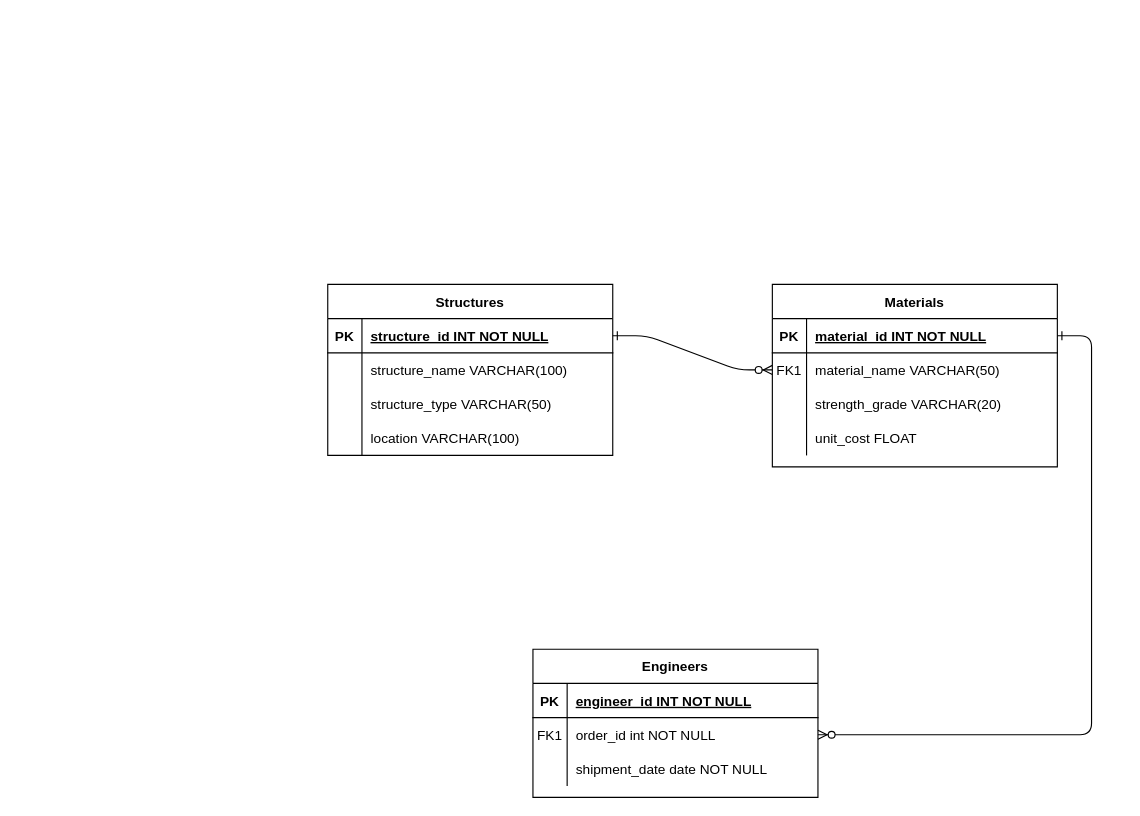
This is ERD.drawio from lwangmy-12/ERD, a draw.io file, before an edit. Source tidied: cells renumbered, new cells numbered last; positions are measured from the earlier drawing's top-left corner, leaving out a move shared by most shapes. Both pictures are drawn from the tidied source at 114%, with x=0, y=0 at pixel (327, 284).
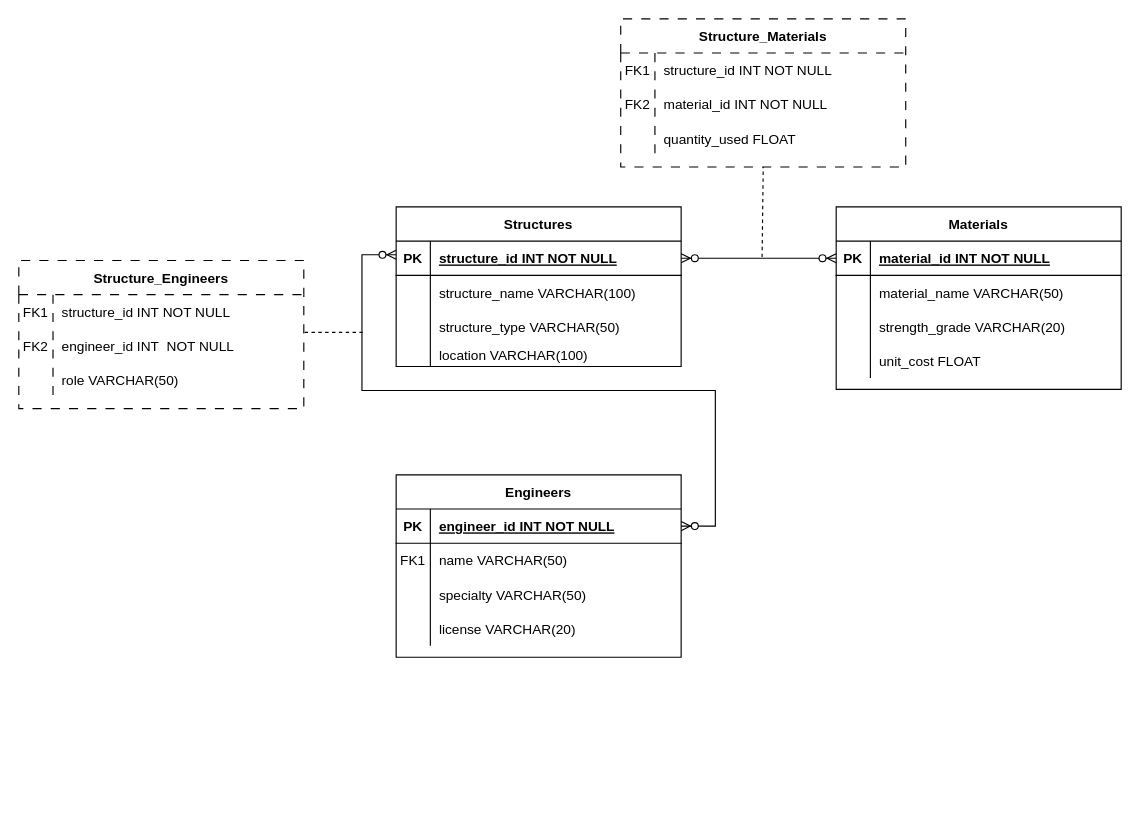
Above is the later version.

Unchanged cells that the change refers to:
```xml
<mxCell id="5" style="shape=partialRectangle;fillColor=none;points=[[0,0.5],[1,0.5]];portConstraint=eastwest;top=0;left=0;right=0;bottom=1;" parent="4" vertex="1">
  <mxGeometry y="30" width="250" height="30" as="geometry" />
</mxCell>
<mxCell id="8" style="shape=partialRectangle;fillColor=none;points=[[0,0.5],[1,0.5]];portConstraint=eastwest;top=0;left=0;right=0;bottom=0;" parent="4" vertex="1">
  <mxGeometry y="60" width="250" height="30" as="geometry" />
</mxCell>
<mxCell id="18" style="shape=partialRectangle;fillColor=none;points=[[0,0.5],[1,0.5]];portConstraint=eastwest;top=0;left=0;right=0;bottom=1;" parent="17" vertex="1">
  <mxGeometry y="30" width="250" height="30" as="geometry" />
</mxCell>
<mxCell id="31" style="shape=partialRectangle;fillColor=none;points=[[0,0.5],[1,0.5]];portConstraint=eastwest;top=0;left=0;right=0;bottom=1;" parent="30" vertex="1">
  <mxGeometry y="30" width="250" height="30" as="geometry" />
</mxCell>
<mxCell id="34" style="shape=partialRectangle;fillColor=none;points=[[0,0.5],[1,0.5]];portConstraint=eastwest;top=0;left=0;right=0;bottom=0;" parent="30" vertex="1">
  <mxGeometry y="60" width="250" height="30" as="geometry" />
</mxCell>
<mxCell id="37" style="shape=partialRectangle;fillColor=none;top=0;left=0;right=0;bottom=0;" parent="30" vertex="1">
  <mxGeometry y="90" width="250" height="30" as="geometry" />
</mxCell>
```

What changed in the source:
```diff
@@
-    <mxCell id="2" style="edgeStyle=entityRelationEdgeStyle;endArrow=ERzeroToMany;startArrow=ERone;endFill=1;startFill=0;" parent="1" edge="1" source="18" target="8">
-      <mxGeometry relative="1" as="geometry" />
-    </mxCell>
-    <mxCell id="3" style="edgeStyle=entityRelationEdgeStyle;endArrow=ERzeroToMany;startArrow=ERone;endFill=1;startFill=0;" parent="1" edge="1" source="5" target="34">
-      <mxGeometry relative="1" as="geometry" />
-    </mxCell>
     <mxCell id="4" value="Materials" style="shape=table;startSize=30;childLayout=tableLayout;rowLines=0;fontStyle=1;align=center;" parent="1" vertex="1">
-      <mxGeometry x="390" width="250" height="160" as="geometry" />
+      <mxGeometry x="446" y="-68" width="250" height="160" as="geometry" />
     </mxCell>
@@
-    <mxCell id="9" value="FK1" style="shape=partialRectangle;overflow=hidden;fillColor=none;top=0;left=0;bottom=0;right=0;" parent="8" vertex="1">
+    <mxCell id="9" style="shape=partialRectangle;overflow=hidden;fillColor=none;top=0;left=0;bottom=0;right=0;" parent="8" vertex="1">
       <mxGeometry width="30" height="30" as="geometry" />
     </mxCell>
@@
     <mxCell id="17" value="Structures" style="shape=table;startSize=30;childLayout=tableLayout;rowLines=0;fontStyle=1;align=center;" parent="1" vertex="1">
-      <mxGeometry width="250" height="150" as="geometry" />
+      <mxGeometry x="60" y="-68" width="250" height="140" as="geometry" />
     </mxCell>
@@
     <mxCell id="27" style="shape=partialRectangle;fillColor=none;top=0;left=0;right=0;bottom=0;" parent="17" vertex="1">
-      <mxGeometry y="120" width="250" height="30" as="geometry" />
+      <mxGeometry y="120" width="250" height="20" as="geometry" />
     </mxCell>
     <mxCell id="28" style="shape=partialRectangle;overflow=hidden;fillColor=none;top=0;left=0;bottom=0;right=0;" parent="27" vertex="1">
-      <mxGeometry width="30" height="30" as="geometry" />
+      <mxGeometry width="30" height="20" as="geometry" />
     </mxCell>
     <mxCell id="29" value="location VARCHAR(100)" style="shape=partialRectangle;overflow=hidden;fillColor=none;top=0;left=0;bottom=0;right=0;align=left;spacingLeft=6;" parent="27" vertex="1">
-      <mxGeometry x="30" width="220" height="30" as="geometry" />
+      <mxGeometry x="30" width="220" height="20" as="geometry" />
     </mxCell>
     <mxCell id="30" value="Engineers" style="shape=table;startSize=30;childLayout=tableLayout;rowLines=0;fontStyle=1;align=center;" parent="1" vertex="1">
-      <mxGeometry x="180" y="320" width="250" height="130" as="geometry" />
+      <mxGeometry x="60" y="167" width="250" height="160" as="geometry" />
     </mxCell>
@@
-    <mxCell id="36" value="order_id int NOT NULL" style="shape=partialRectangle;overflow=hidden;fillColor=none;top=0;left=0;bottom=0;right=0;align=left;spacingLeft=6;" parent="34" vertex="1">
+    <mxCell id="36" value="name VARCHAR(50)" style="shape=partialRectangle;overflow=hidden;fillColor=none;top=0;left=0;bottom=0;right=0;align=left;spacingLeft=6;" parent="34" vertex="1">
       <mxGeometry x="30" width="220" height="30" as="geometry" />
     </mxCell>
@@
-    <mxCell id="39" value="shipment_date date NOT NULL" style="shape=partialRectangle;overflow=hidden;fillColor=none;top=0;left=0;bottom=0;right=0;align=left;spacingLeft=6;" parent="37" vertex="1">
+    <mxCell id="39" value="specialty VARCHAR(50)" style="shape=partialRectangle;overflow=hidden;fillColor=none;top=0;left=0;bottom=0;right=0;align=left;spacingLeft=6;" parent="37" vertex="1">
       <mxGeometry x="30" width="220" height="30" as="geometry" />
     </mxCell>
+    <mxCell id="40" style="shape=partialRectangle;fillColor=none;top=0;left=0;right=0;bottom=0;" parent="30" vertex="1">
+      <mxGeometry y="120" width="250" height="30" as="geometry" />
+    </mxCell>
+    <mxCell id="41" style="shape=partialRectangle;overflow=hidden;fillColor=none;top=0;left=0;bottom=0;right=0;" parent="40" vertex="1">
+      <mxGeometry width="30" height="30" as="geometry" />
+    </mxCell>
+    <mxCell id="42" value="license VARCHAR(20)" style="shape=partialRectangle;overflow=hidden;fillColor=none;top=0;left=0;bottom=0;right=0;align=left;spacingLeft=6;" parent="40" vertex="1">
+      <mxGeometry x="30" width="220" height="30" as="geometry" />
+    </mxCell>
+    <mxCell id="43" value="Structure_Engineers" style="shape=table;startSize=30;childLayout=tableLayout;rowLines=0;fontStyle=1;align=center;dashed=1;dashPattern=8 8;" parent="1" vertex="1">
+      <mxGeometry x="-271" y="-21" width="250" height="130" as="geometry" />
+    </mxCell>
+    <mxCell id="44" style="shape=partialRectangle;fillColor=none;top=0;left=0;right=0;bottom=0;" parent="43" vertex="1">
+      <mxGeometry y="30" width="250" height="30" as="geometry" />
+    </mxCell>
+    <mxCell id="45" value="FK1" style="shape=partialRectangle;overflow=hidden;fillColor=none;top=0;left=0;bottom=0;right=0;" parent="44" vertex="1">
+      <mxGeometry width="30" height="30" as="geometry" />
+    </mxCell>
+    <mxCell id="46" value="structure_id INT NOT NULL" style="shape=partialRectangle;overflow=hidden;fillColor=none;top=0;left=0;bottom=0;right=0;align=left;spacingLeft=6;" parent="44" vertex="1">
+      <mxGeometry x="30" width="220" height="30" as="geometry" />
+    </mxCell>
+    <mxCell id="47" style="shape=partialRectangle;fillColor=none;points=[[0,0.5],[1,0.5]];portConstraint=eastwest;top=0;left=0;right=0;bottom=0;" parent="43" vertex="1">
+      <mxGeometry y="60" width="250" height="30" as="geometry" />
+    </mxCell>
+    <mxCell id="48" value="FK2" style="shape=partialRectangle;overflow=hidden;fillColor=none;top=0;left=0;bottom=0;right=0;" parent="47" vertex="1">
+      <mxGeometry width="30" height="30" as="geometry" />
+    </mxCell>
+    <mxCell id="49" value="engineer_id INT  NOT NULL" style="shape=partialRectangle;overflow=hidden;fillColor=none;top=0;left=0;bottom=0;right=0;align=left;spacingLeft=6;" parent="47" vertex="1">
+      <mxGeometry x="30" width="220" height="30" as="geometry" />
+    </mxCell>
+    <mxCell id="50" style="shape=partialRectangle;fillColor=none;top=0;left=0;right=0;bottom=0;" parent="43" vertex="1">
+      <mxGeometry y="90" width="250" height="30" as="geometry" />
+    </mxCell>
+    <mxCell id="51" style="shape=partialRectangle;overflow=hidden;fillColor=none;top=0;left=0;bottom=0;right=0;" parent="50" vertex="1">
+      <mxGeometry width="30" height="30" as="geometry" />
+    </mxCell>
+    <mxCell id="52" value="role VARCHAR(50)" style="shape=partialRectangle;overflow=hidden;fillColor=none;top=0;left=0;bottom=0;right=0;align=left;spacingLeft=6;" parent="50" vertex="1">
+      <mxGeometry x="30" width="220" height="30" as="geometry" />
+    </mxCell>
+    <mxCell id="53" value="Structure_Materials" style="shape=table;startSize=30;childLayout=tableLayout;rowLines=0;fontStyle=1;align=center;dashed=1;dashPattern=8 8;" parent="1" vertex="1">
+      <mxGeometry x="257" y="-233" width="250" height="130" as="geometry" />
+    </mxCell>
+    <mxCell id="54" style="shape=partialRectangle;fillColor=none;top=0;left=0;right=0;bottom=0;" parent="53" vertex="1">
+      <mxGeometry y="30" width="250" height="30" as="geometry" />
+    </mxCell>
+    <mxCell id="55" value="FK1" style="shape=partialRectangle;overflow=hidden;fillColor=none;top=0;left=0;bottom=0;right=0;" parent="54" vertex="1">
+      <mxGeometry width="30" height="30" as="geometry" />
+    </mxCell>
+    <mxCell id="56" value="structure_id INT NOT NULL" style="shape=partialRectangle;overflow=hidden;fillColor=none;top=0;left=0;bottom=0;right=0;align=left;spacingLeft=6;" parent="54" vertex="1">
+      <mxGeometry x="30" width="220" height="30" as="geometry" />
+    </mxCell>
+    <mxCell id="57" style="shape=partialRectangle;fillColor=none;top=0;left=0;right=0;bottom=0;" parent="53" vertex="1">
+      <mxGeometry y="60" width="250" height="30" as="geometry" />
+    </mxCell>
+    <mxCell id="58" value="FK2" style="shape=partialRectangle;overflow=hidden;fillColor=none;top=0;left=0;bottom=0;right=0;" parent="57" vertex="1">
+      <mxGeometry width="30" height="30" as="geometry" />
+    </mxCell>
+    <mxCell id="59" value="material_id INT NOT NULL" style="shape=partialRectangle;overflow=hidden;fillColor=none;top=0;left=0;bottom=0;right=0;align=left;spacingLeft=6;" parent="57" vertex="1">
+      <mxGeometry x="30" width="220" height="30" as="geometry" />
+    </mxCell>
+    <mxCell id="60" style="shape=partialRectangle;fillColor=none;top=0;left=0;right=0;bottom=0;" parent="53" vertex="1">
+      <mxGeometry y="90" width="250" height="30" as="geometry" />
+    </mxCell>
+    <mxCell id="61" style="shape=partialRectangle;overflow=hidden;fillColor=none;top=0;left=0;bottom=0;right=0;" parent="60" vertex="1">
+      <mxGeometry width="30" height="30" as="geometry" />
+    </mxCell>
+    <mxCell id="62" value="quantity_used FLOAT" style="shape=partialRectangle;overflow=hidden;fillColor=none;top=0;left=0;bottom=0;right=0;align=left;spacingLeft=6;" parent="60" vertex="1">
+      <mxGeometry x="30" width="220" height="30" as="geometry" />
+    </mxCell>
+    <mxCell id="63" style="edgeStyle=entityRelationEdgeStyle;fontSize=12;html=1;endArrow=ERzeroToMany;endFill=1;startArrow=ERzeroToMany;rounded=0;exitX=1;exitY=0.5;exitDx=0;exitDy=0;" parent="1" edge="1" source="31">
+      <mxGeometry relative="1" as="geometry">
+        <mxPoint x="60" y="-26" as="targetPoint" />
+      </mxGeometry>
+    </mxCell>
+    <mxCell id="64" style="edgeStyle=entityRelationEdgeStyle;fontSize=12;html=1;endArrow=ERzeroToMany;endFill=1;startArrow=ERzeroToMany;rounded=0;entryX=0;entryY=0.5;entryDx=0;entryDy=0;exitX=1;exitY=0.5;exitDx=0;exitDy=0;" parent="1" edge="1" source="18" target="5">
+      <mxGeometry relative="1" as="geometry" />
+    </mxCell>
+    <mxCell id="65" style="endArrow=none;dashed=1;html=1;rounded=0;exitX=1.003;exitY=0.1;exitDx=0;exitDy=0;exitPerimeter=0;" parent="1" edge="1" source="47">
+      <mxGeometry relative="1" as="geometry">
+        <mxPoint x="31" y="42" as="targetPoint" />
+      </mxGeometry>
+    </mxCell>
+    <mxCell id="66" style="endArrow=none;dashed=1;html=1;rounded=0;entryX=0.5;entryY=1;entryDx=0;entryDy=0;" parent="1" edge="1" target="53">
+      <mxGeometry relative="1" as="geometry">
+        <mxPoint x="381" y="-24" as="sourcePoint" />
+      </mxGeometry>
+    </mxCell>
```
